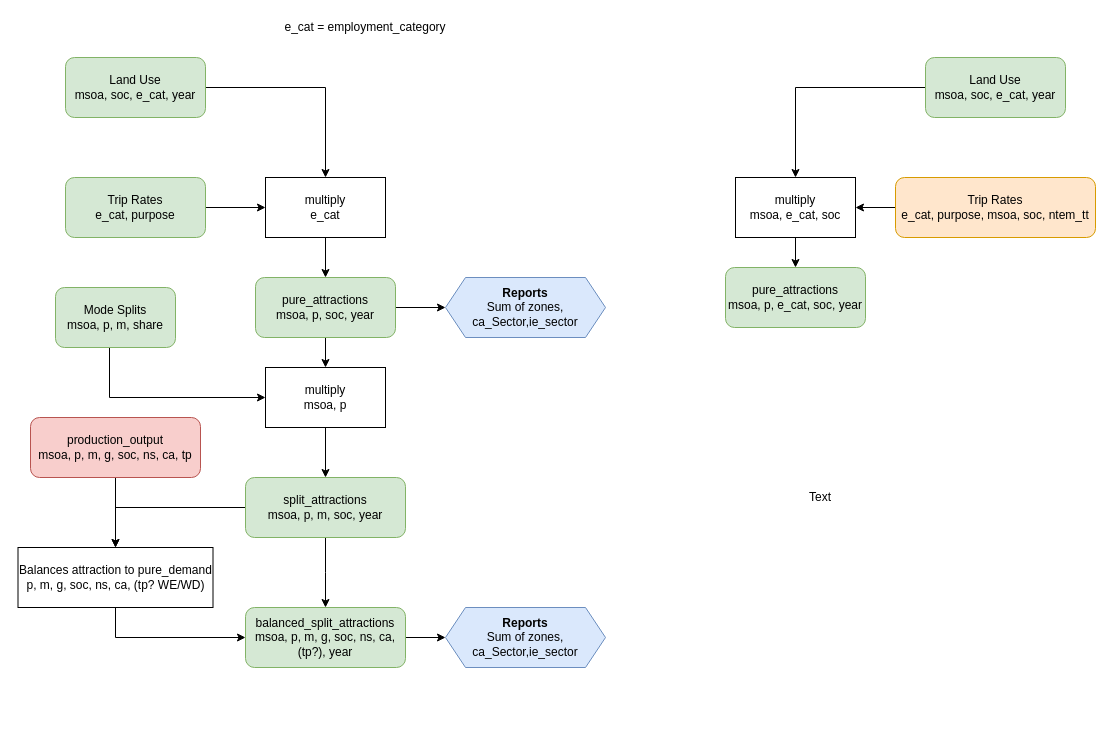
Earlier version of the draw.io diagram page "Attraction Model" (3 of 6) of docs/op_models/NoTEM/NoTEM Code Structure.drawio (Transport-for-the-North/NorMITs-Demand). Source tidied: cells renumbered, new cells numbered last; positions are measured from the earlier drawing's top-left corner, leaving out a move shared by most shapes. Both pictures are drawn from the tidied source at 100%, with x=0, y=0 at pixel (17, 17).
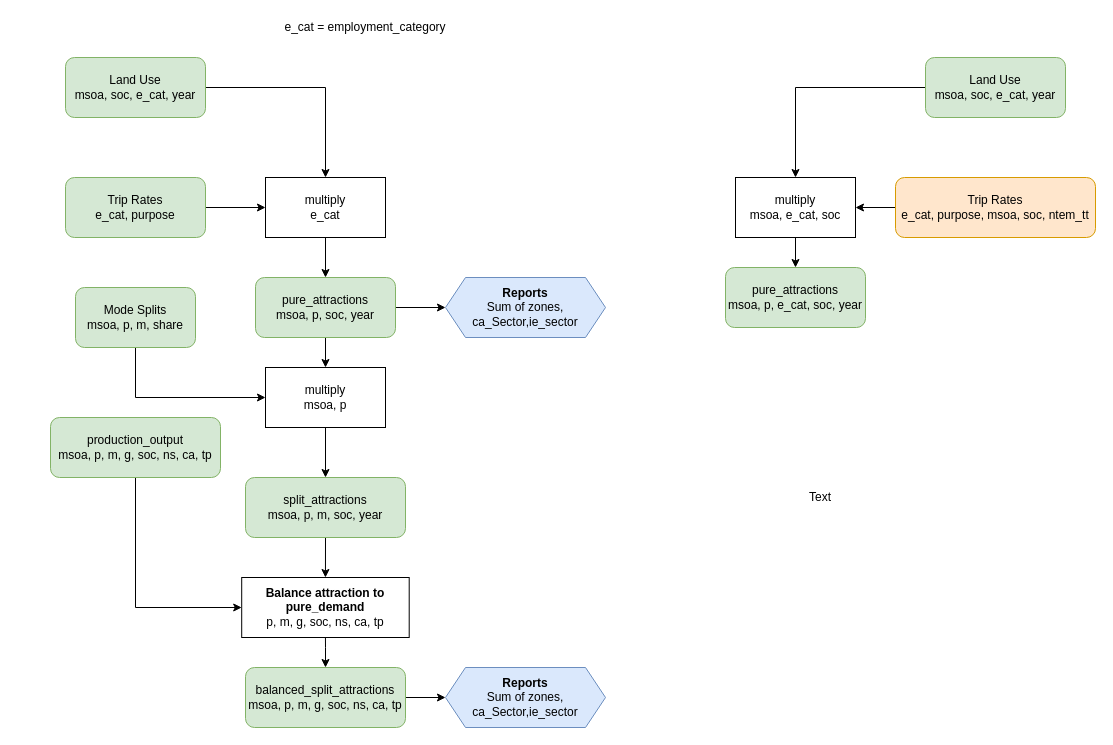
After the change.

Unchanged cells that the change refers to:
```xml
<mxCell id="17" value="multiply&lt;br&gt;msoa, p" style="rounded=0;whiteSpace=wrap;html=1;" parent="1" vertex="1">
  <mxGeometry x="248" y="350" width="120" height="60" as="geometry" />
</mxCell>
<mxCell id="20" value="split_attractions&lt;br&gt;msoa, p, m, soc, year" style="rounded=1;whiteSpace=wrap;html=1;fillColor=#d5e8d4;strokeColor=#82b366;" parent="1" vertex="1">
  <mxGeometry x="228" y="460" width="160" height="60" as="geometry" />
</mxCell>
```

The edit, as a diff of the source:
```diff
@@
-    <mxCell id="14" style="edgeStyle=orthogonalEdgeStyle;rounded=0;jettySize=auto;html=1;entryX=0;entryY=0.5;entryDx=0;entryDy=0;" parent="1" edge="1" target="17">
+    <mxCell id="14" style="edgeStyle=orthogonalEdgeStyle;rounded=0;jettySize=auto;html=1;entryX=0;entryY=0.5;entryDx=0;entryDy=0;exitX=0.5;exitY=1;exitDx=0;exitDy=0;" parent="1" edge="1" source="15" target="17">
       <mxGeometry relative="1" as="geometry">
-        <mxPoint x="92" y="330" as="sourcePoint" />
         <Array as="points">
-          <mxPoint x="92" y="380" />
+          <mxPoint x="118" y="380" />
         </Array>
       </mxGeometry>
     </mxCell>
     <mxCell id="15" value="Mode Splits&lt;br&gt;msoa, p, m, share" style="rounded=1;whiteSpace=wrap;html=1;fillColor=#d5e8d4;strokeColor=#82b366;" parent="1" vertex="1">
-      <mxGeometry x="38" y="270" width="120" height="60" as="geometry" />
+      <mxGeometry x="58" y="270" width="120" height="60" as="geometry" />
     </mxCell>
@@
-    <mxCell id="18" style="edgeStyle=orthogonalEdgeStyle;rounded=0;jettySize=auto;html=1;exitX=0.5;exitY=1;exitDx=0;exitDy=0;" parent="1" edge="1" source="20">
-      <mxGeometry relative="1" as="geometry">
-        <mxPoint x="308" y="590" as="targetPoint" />
-      </mxGeometry>
-    </mxCell>
-    <mxCell id="19" style="edgeStyle=orthogonalEdgeStyle;rounded=0;jettySize=auto;html=1;exitX=0;exitY=0.5;exitDx=0;exitDy=0;entryX=0.5;entryY=0;entryDx=0;entryDy=0;" parent="1" edge="1" source="20" target="22">
-      <mxGeometry relative="1" as="geometry">
-        <Array as="points">
-          <mxPoint x="98" y="490" />
-        </Array>
-      </mxGeometry>
+    <mxCell id="19" style="edgeStyle=orthogonalEdgeStyle;rounded=0;jettySize=auto;html=1;exitX=0.5;exitY=1;exitDx=0;exitDy=0;entryX=0.5;entryY=0;entryDx=0;entryDy=0;" parent="1" edge="1" source="20" target="22">
+      <mxGeometry relative="1" as="geometry" />
     </mxCell>
@@
-    <mxCell id="21" style="edgeStyle=orthogonalEdgeStyle;rounded=0;jettySize=auto;html=1;exitX=0.5;exitY=1;exitDx=0;exitDy=0;entryX=0;entryY=0.5;entryDx=0;entryDy=0;" parent="1" edge="1" source="22" target="31">
+    <mxCell id="21" style="edgeStyle=orthogonalEdgeStyle;rounded=0;jettySize=auto;html=1;exitX=0.5;exitY=1;exitDx=0;exitDy=0;entryX=0.5;entryY=0;entryDx=0;entryDy=0;" parent="1" edge="1" source="22" target="31">
       <mxGeometry relative="1" as="geometry">
         <Array as="points">
-          <mxPoint x="98" y="620" />
+          <mxPoint x="308" y="630" />
+          <mxPoint x="308" y="630" />
         </Array>
       </mxGeometry>
     </mxCell>
-    <mxCell id="22" value="Balances attraction to pure_demand&lt;br&gt;p, m, g, soc, ns, ca, (tp? WE/WD)" style="rounded=0;whiteSpace=wrap;html=1;" parent="1" vertex="1">
-      <mxGeometry x="0.5" y="530" width="195" height="60" as="geometry" />
+    <mxCell id="22" value="&lt;b&gt;Balance attraction to pure_demand&lt;/b&gt;&lt;br&gt;p, m, g, soc, ns, ca, tp" style="rounded=0;whiteSpace=wrap;html=1;" parent="1" vertex="1">
+      <mxGeometry x="224.2" y="560" width="167.5" height="60" as="geometry" />
     </mxCell>
-    <mxCell id="23" style="edgeStyle=orthogonalEdgeStyle;rounded=0;jettySize=auto;html=1;entryX=0.5;entryY=0;entryDx=0;entryDy=0;" parent="1" edge="1" source="24" target="22">
-      <mxGeometry relative="1" as="geometry" />
+    <mxCell id="23" style="edgeStyle=orthogonalEdgeStyle;rounded=0;jettySize=auto;html=1;entryX=0;entryY=0.5;entryDx=0;entryDy=0;exitX=0.5;exitY=1;exitDx=0;exitDy=0;" parent="1" edge="1" source="24" target="22">
+      <mxGeometry relative="1" as="geometry">
+        <Array as="points">
+          <mxPoint x="118" y="590" />
+        </Array>
+      </mxGeometry>
     </mxCell>
-    <mxCell id="24" value="production_output&lt;br&gt;msoa, p, m, g, soc, ns, ca, tp" style="rounded=1;whiteSpace=wrap;html=1;fillColor=#f8cecc;strokeColor=#b85450;" parent="1" vertex="1">
-      <mxGeometry x="13" y="400" width="170" height="60" as="geometry" />
+    <mxCell id="24" value="production_output&lt;br&gt;msoa, p, m, g, soc, ns, ca, tp" style="rounded=1;whiteSpace=wrap;html=1;fillColor=#d5e8d4;strokeColor=#82b366;" parent="1" vertex="1">
+      <mxGeometry x="33" y="400" width="170" height="60" as="geometry" />
     </mxCell>
@@
-    <mxCell id="31" value="balanced_split_attractions&lt;br&gt;msoa, p, m, g, soc, ns, ca, (tp?),&amp;nbsp;year" style="rounded=1;whiteSpace=wrap;html=1;fillColor=#d5e8d4;strokeColor=#82b366;" parent="1" vertex="1">
-      <mxGeometry x="228" y="590" width="160" height="60" as="geometry" />
+    <mxCell id="31" value="balanced_split_attractions&lt;br&gt;msoa, p, m, g, soc, ns, ca, tp" style="rounded=1;whiteSpace=wrap;html=1;fillColor=#d5e8d4;strokeColor=#82b366;" parent="1" vertex="1">
+      <mxGeometry x="228" y="650" width="160" height="60" as="geometry" />
     </mxCell>
@@
     <mxCell id="33" value="&lt;b&gt;Reports&lt;/b&gt;&lt;br&gt;Sum of zones,&lt;br&gt;ca_Sector,ie_sector" style="shape=hexagon;perimeter=hexagonPerimeter2;whiteSpace=wrap;html=1;fixedSize=1;fillColor=#dae8fc;strokeColor=#6c8ebf;" parent="1" vertex="1">
-      <mxGeometry x="428" y="590" width="160" height="60" as="geometry" />
+      <mxGeometry x="428" y="650" width="160" height="60" as="geometry" />
     </mxCell>
```
